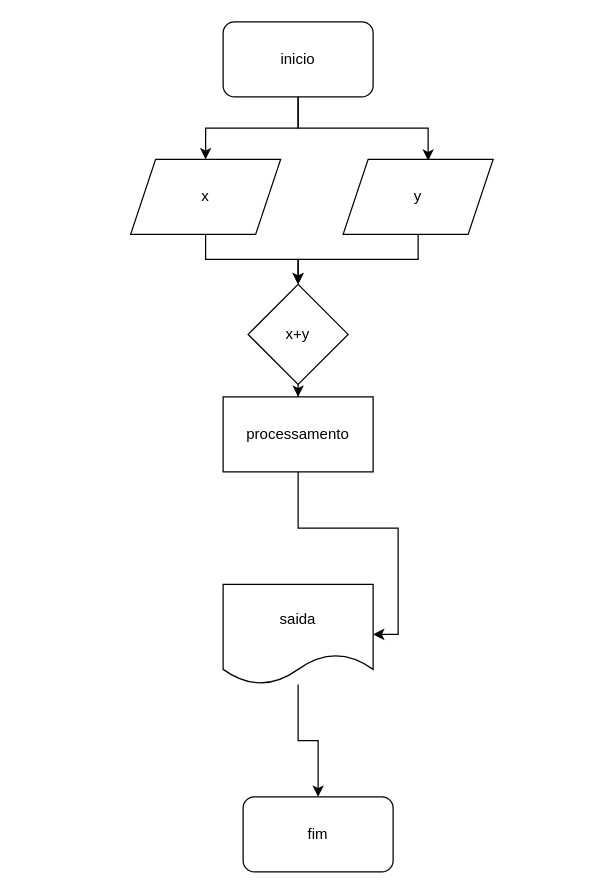
Above: Untitled Diagram.drawio in Reis2202/mdc118-1 (draw.io), before the change. Source tidied: cells renumbered, new cells numbered last; positions are measured from the earlier drawing's top-left corner, leaving out a move shared by most shapes. Both pictures are drawn from the tidied source at 125%, with x=0, y=0 at pixel (130, 21).
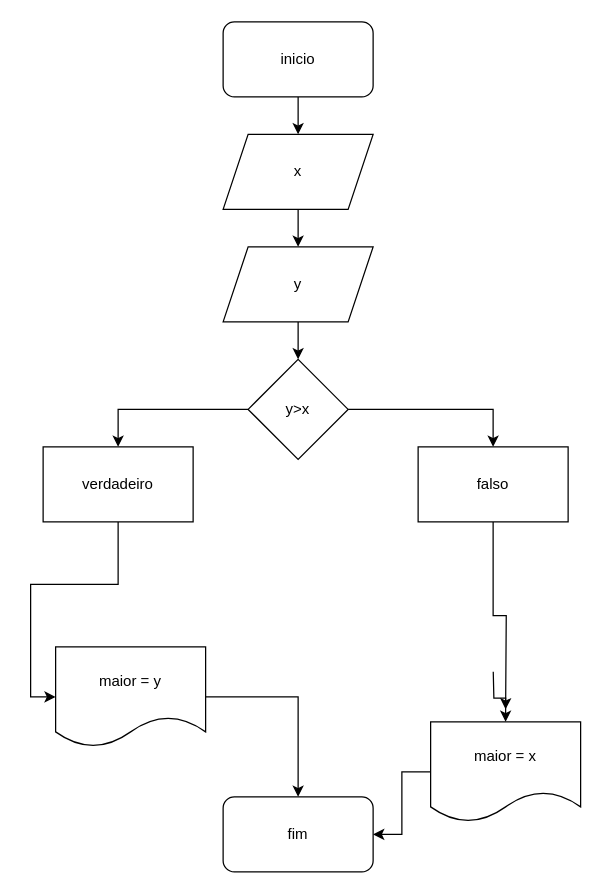
Above is the later version.

The change refers to these unchanged cells:
```xml
<mxCell id="4" value="inicio" style="rounded=1;whiteSpace=wrap;html=1;" parent="1" vertex="1">
  <mxGeometry x="74" width="120" height="60" as="geometry" />
</mxCell>
```

Change to the diagram source:
```diff
@@
-    <mxCell id="3" style="edgeStyle=orthogonalEdgeStyle;rounded=0;jettySize=auto;html=1;entryX=0.567;entryY=0.017;entryDx=0;entryDy=0;entryPerimeter=0;" parent="1" edge="1" source="4" target="15">
-      <mxGeometry relative="1" as="geometry" />
-    </mxCell>
@@
-    <mxCell id="5" style="edgeStyle=orthogonalEdgeStyle;rounded=0;jettySize=auto;html=1;" parent="1" edge="1" source="6" target="8">
-      <mxGeometry relative="1" as="geometry" />
-    </mxCell>
+    <mxCell id="16" style="edgeStyle=orthogonalEdgeStyle;rounded=0;jettySize=auto;html=1;entryX=0.5;entryY=0;entryDx=0;entryDy=0;" parent="1" edge="1" source="6" target="15">
+      <mxGeometry relative="1" as="geometry" />
+    </mxCell>
     <mxCell id="6" value="x" style="shape=parallelogram;perimeter=parallelogramPerimeter;whiteSpace=wrap;html=1;fixedSize=1;" parent="1" vertex="1">
-      <mxGeometry y="110" width="120" height="60" as="geometry" />
+      <mxGeometry x="74" y="90" width="120" height="60" as="geometry" />
     </mxCell>
-    <mxCell id="7" style="edgeStyle=orthogonalEdgeStyle;rounded=0;jettySize=auto;html=1;" parent="1" edge="1" source="8" target="12">
-      <mxGeometry relative="1" as="geometry" />
-    </mxCell>
-    <mxCell id="8" value="x+y" style="rhombus;whiteSpace=wrap;html=1;" parent="1" vertex="1">
-      <mxGeometry x="94" y="210" width="80" height="80" as="geometry" />
-    </mxCell>
@@
-    <mxCell id="10" value="saida" style="shape=document;whiteSpace=wrap;html=1;boundedLbl=1;" parent="1" vertex="1">
-      <mxGeometry x="74" y="450" width="120" height="80" as="geometry" />
+    <mxCell id="10" value="maior = y" style="shape=document;whiteSpace=wrap;html=1;boundedLbl=1;" parent="1" vertex="1">
+      <mxGeometry x="-60" y="500" width="120" height="80" as="geometry" />
     </mxCell>
-    <mxCell id="11" style="edgeStyle=orthogonalEdgeStyle;rounded=0;jettySize=auto;html=1;exitX=0.5;exitY=1;exitDx=0;exitDy=0;entryX=1;entryY=0.5;entryDx=0;entryDy=0;" parent="1" edge="1" source="12" target="10">
-      <mxGeometry relative="1" as="geometry" />
-    </mxCell>
-    <mxCell id="12" value="processamento" style="rounded=0;whiteSpace=wrap;html=1;" parent="1" vertex="1">
-      <mxGeometry x="74" y="300" width="120" height="60" as="geometry" />
-    </mxCell>
     <mxCell id="13" value="fim" style="rounded=1;whiteSpace=wrap;html=1;" parent="1" vertex="1">
-      <mxGeometry x="90" y="620" width="120" height="60" as="geometry" />
+      <mxGeometry x="74" y="620" width="120" height="60" as="geometry" />
     </mxCell>
-    <mxCell id="14" style="edgeStyle=orthogonalEdgeStyle;rounded=0;jettySize=auto;html=1;entryX=0.5;entryY=0;entryDx=0;entryDy=0;" parent="1" edge="1" source="15" target="8">
-      <mxGeometry relative="1" as="geometry" />
-    </mxCell>
+    <mxCell id="17" style="edgeStyle=orthogonalEdgeStyle;rounded=0;jettySize=auto;html=1;entryX=0.5;entryY=0;entryDx=0;entryDy=0;" parent="1" edge="1" source="15" target="21">
+      <mxGeometry relative="1" as="geometry" />
+    </mxCell>
     <mxCell id="15" value="y" style="shape=parallelogram;perimeter=parallelogramPerimeter;whiteSpace=wrap;html=1;fixedSize=1;" parent="1" vertex="1">
-      <mxGeometry x="170" y="110" width="120" height="60" as="geometry" />
+      <mxGeometry x="74" y="180" width="120" height="60" as="geometry" />
     </mxCell>
+    <mxCell id="18" style="edgeStyle=orthogonalEdgeStyle;rounded=0;jettySize=auto;html=1;entryX=0.5;entryY=0;entryDx=0;entryDy=0;" parent="1" edge="1" target="27">
+      <mxGeometry relative="1" as="geometry">
+        <mxPoint x="290.1" y="519.9" as="sourcePoint" />
+      </mxGeometry>
+    </mxCell>
+    <mxCell id="19" style="edgeStyle=orthogonalEdgeStyle;rounded=0;jettySize=auto;html=1;entryX=0.5;entryY=0;entryDx=0;entryDy=0;" parent="1" edge="1" source="21" target="23">
+      <mxGeometry relative="1" as="geometry" />
+    </mxCell>
+    <mxCell id="20" style="edgeStyle=orthogonalEdgeStyle;rounded=0;jettySize=auto;html=1;entryX=0.5;entryY=0;entryDx=0;entryDy=0;" parent="1" edge="1" source="21" target="25">
+      <mxGeometry relative="1" as="geometry" />
+    </mxCell>
+    <mxCell id="21" value="y&amp;gt;x" style="rhombus;whiteSpace=wrap;html=1;" parent="1" vertex="1">
+      <mxGeometry x="94" y="270" width="80" height="80" as="geometry" />
+    </mxCell>
+    <mxCell id="22" style="edgeStyle=orthogonalEdgeStyle;rounded=0;jettySize=auto;html=1;entryX=0;entryY=0.5;entryDx=0;entryDy=0;" parent="1" edge="1" source="23" target="10">
+      <mxGeometry relative="1" as="geometry" />
+    </mxCell>
+    <mxCell id="23" value="verdadeiro" style="rounded=0;whiteSpace=wrap;html=1;" parent="1" vertex="1">
+      <mxGeometry x="-70" y="340" width="120" height="60" as="geometry" />
+    </mxCell>
+    <mxCell id="24" style="edgeStyle=orthogonalEdgeStyle;rounded=0;jettySize=auto;html=1;" parent="1" edge="1" source="25">
+      <mxGeometry relative="1" as="geometry">
+        <mxPoint x="300" y="550" as="targetPoint" />
+      </mxGeometry>
+    </mxCell>
+    <mxCell id="25" value="falso" style="rounded=0;whiteSpace=wrap;html=1;" parent="1" vertex="1">
+      <mxGeometry x="230" y="340" width="120" height="60" as="geometry" />
+    </mxCell>
+    <mxCell id="26" style="edgeStyle=orthogonalEdgeStyle;rounded=0;jettySize=auto;html=1;" parent="1" edge="1" source="27" target="13">
+      <mxGeometry relative="1" as="geometry" />
+    </mxCell>
+    <mxCell id="27" value="maior = x" style="shape=document;whiteSpace=wrap;html=1;boundedLbl=1;" parent="1" vertex="1">
+      <mxGeometry x="240" y="560" width="120" height="80" as="geometry" />
+    </mxCell>
```
